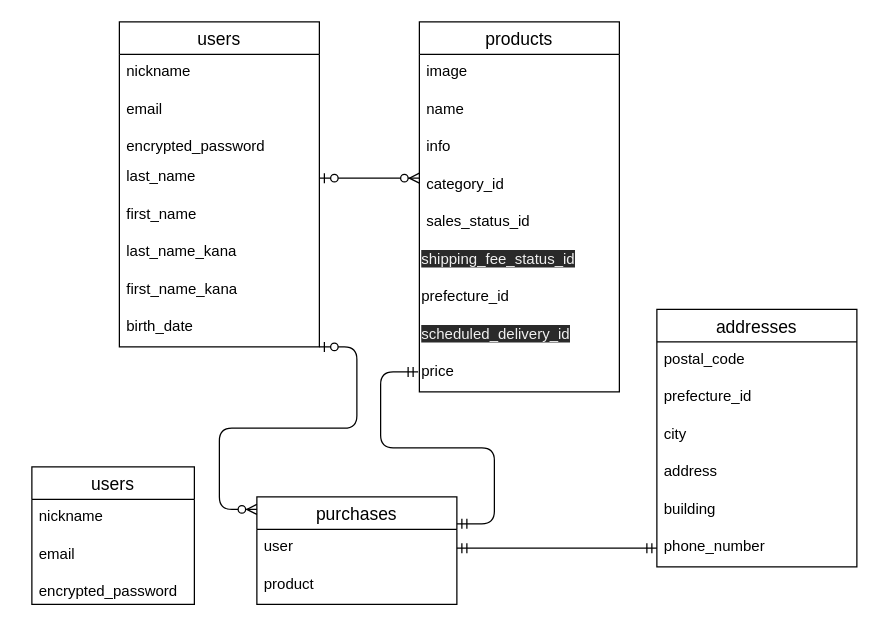
takumi9332/furima-32491 keeps this draw.io diagram as furima.dio. Above is the earlier version. Source tidied: cells renumbered, new cells numbered last; positions are measured from the earlier drawing's top-left corner, leaving out a move shared by most shapes. Both pictures are drawn from the tidied source at 125%, with x=0, y=0 at pixel (31, 21).
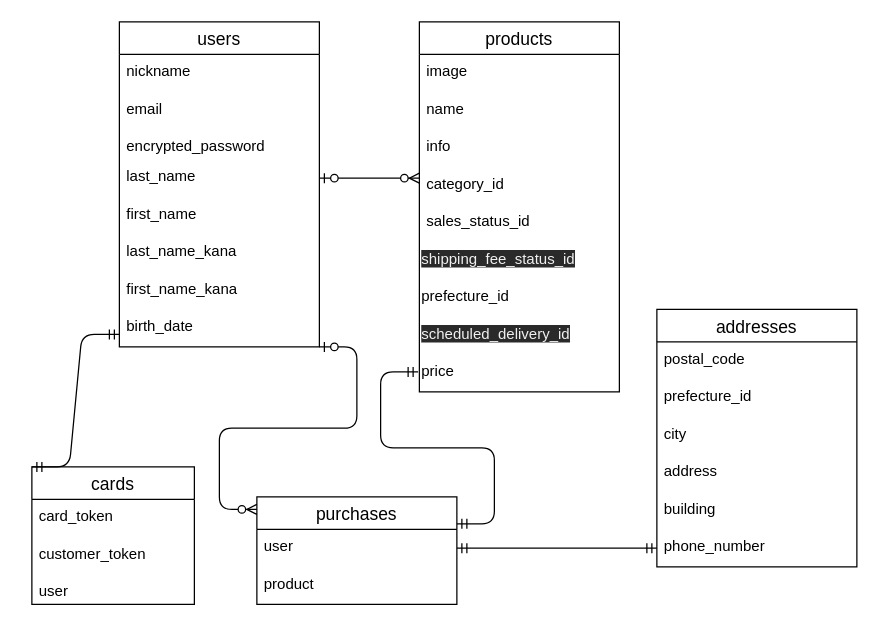
The same page after the edit.

Commit message:
遷移図追記

Diff of the diagram source:
```diff
@@
-    <mxCell id="35" value="users" style="swimlane;fontStyle=0;horizontal=1;startSize=26;align=center;fontSize=14;" parent="1" vertex="1">
+    <mxCell id="35" value="cards" style="swimlane;fontStyle=0;horizontal=1;startSize=26;align=center;fontSize=14;" parent="1" vertex="1">
       <mxGeometry y="356" width="130" height="110" as="geometry" />
     </mxCell>
-    <mxCell id="36" value="nickname" style="text;strokeColor=none;fillColor=none;spacingLeft=4;spacingRight=4;overflow=hidden;fontSize=12;" parent="35" vertex="1">
+    <mxCell id="36" value="card_token" style="text;strokeColor=none;fillColor=none;spacingLeft=4;spacingRight=4;overflow=hidden;fontSize=12;" parent="35" vertex="1">
       <mxGeometry y="26" width="130" height="30" as="geometry" />
     </mxCell>
-    <mxCell id="37" value="email" style="text;strokeColor=none;fillColor=none;spacingLeft=4;spacingRight=4;overflow=hidden;fontSize=12;" parent="35" vertex="1">
+    <mxCell id="37" value="customer_token" style="text;strokeColor=none;fillColor=none;spacingLeft=4;spacingRight=4;overflow=hidden;fontSize=12;" parent="35" vertex="1">
       <mxGeometry y="56" width="130" height="30" as="geometry" />
     </mxCell>
-    <mxCell id="38" value="encrypted_password" style="text;strokeColor=none;fillColor=none;spacingLeft=4;spacingRight=4;overflow=hidden;fontSize=12;" parent="35" vertex="1">
+    <mxCell id="38" value="user" style="text;strokeColor=none;fillColor=none;spacingLeft=4;spacingRight=4;overflow=hidden;fontSize=12;" parent="35" vertex="1">
       <mxGeometry y="86" width="130" height="24" as="geometry" />
     </mxCell>
+    <mxCell id="39" style="edgeStyle=entityRelationEdgeStyle;fontSize=12;html=1;endArrow=ERmandOne;startArrow=ERmandOne;exitX=0;exitY=0;exitDx=0;exitDy=0;" parent="1" edge="1" source="35">
+      <mxGeometry relative="1" as="geometry">
+        <mxPoint x="70" y="250" as="targetPoint" />
+      </mxGeometry>
+    </mxCell>
```
